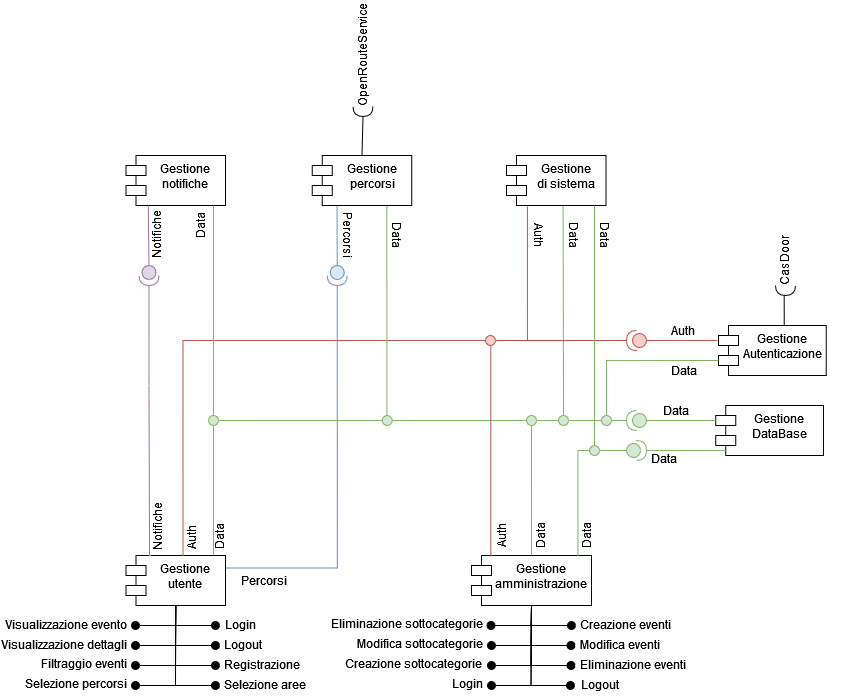
Before: Deliverable-2/Images/ComponentDiagram.png, a diagram exported from draw.io (ELI20ZIVI/BeeLive). Source tidied: cells renumbered, new cells last; positions are measured from the earlier drawing's top-left corner, leaving out a move shared by most shapes.
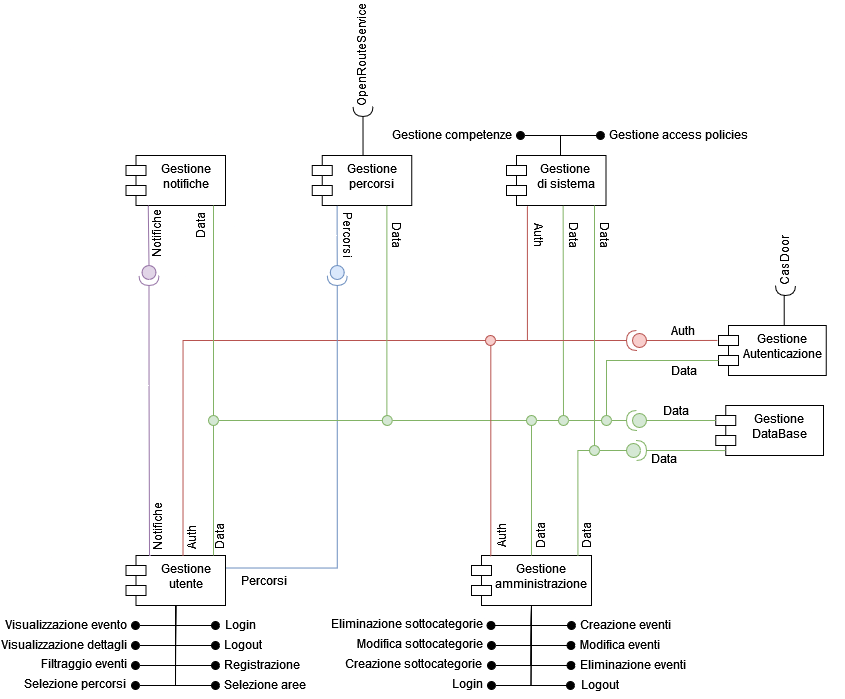
After the change.

The edit, as a diff of the source:
```diff
@@ -414,5 +414,29 @@
     <mxCell id="95" style="ellipse;whiteSpace=wrap;html=1;fillColor=#f8cecc;strokeColor=#b85450;" parent="1" vertex="1">
       <mxGeometry x="485" y="295" width="10" height="10" as="geometry" />
     </mxCell>
+    <mxCell id="96" style="html=1;verticalAlign=bottom;startArrow=oval;startFill=1;endArrow=none;startSize=8;curved=0;rounded=0;endFill=0;" parent="1" edge="1">
+      <mxGeometry relative="1" as="geometry">
+        <mxPoint x="600" y="95" as="sourcePoint" />
+        <mxPoint x="560" y="115" as="targetPoint" />
+        <Array as="points">
+          <mxPoint x="560" y="95" />
+        </Array>
+      </mxGeometry>
+    </mxCell>
+    <mxCell id="97" value="Gestione access policies" style="text;html=1;align=center;verticalAlign=middle;whiteSpace=wrap;rounded=0;" parent="1" vertex="1">
+      <mxGeometry x="608" y="79" width="141" height="30" as="geometry" />
+    </mxCell>
+    <mxCell id="98" style="html=1;verticalAlign=bottom;startArrow=oval;startFill=1;endArrow=none;startSize=8;curved=0;rounded=0;endFill=0;" parent="1" edge="1">
+      <mxGeometry relative="1" as="geometry">
+        <mxPoint x="520" y="95" as="sourcePoint" />
+        <mxPoint x="560" y="115" as="targetPoint" />
+        <Array as="points">
+          <mxPoint x="560" y="95" />
+        </Array>
+      </mxGeometry>
+    </mxCell>
+    <mxCell id="99" value="Gestione competenze" style="text;html=1;align=center;verticalAlign=middle;whiteSpace=wrap;rounded=0;" parent="1" vertex="1">
+      <mxGeometry x="390.5" y="79" width="121.5" height="30" as="geometry" />
+    </mxCell>
   </root>
 </mxGraphModel>
```
